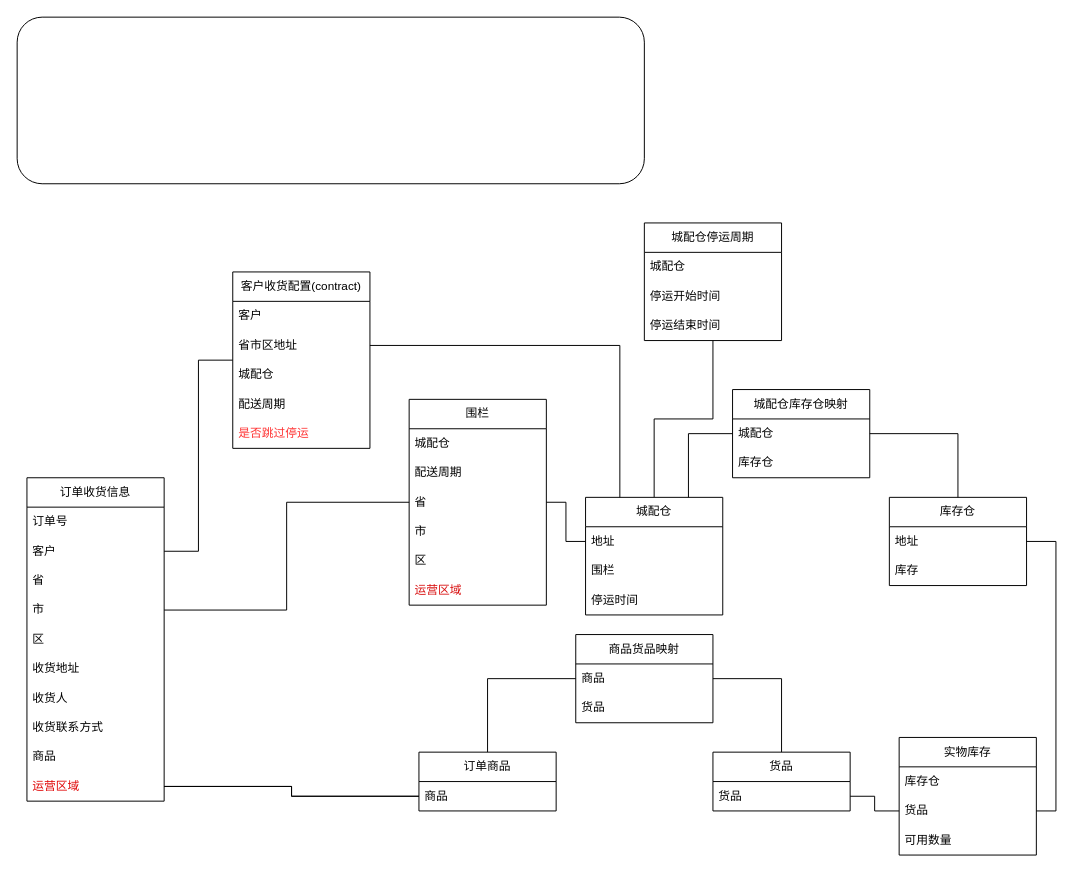
Earlier version of the draw.io diagram draw.io/履约调度逻辑.drawio (zzqfsy/zzqfsy.github.io). Source tidied: cells renumbered, new cells numbered last; positions are measured from the earlier drawing's top-left corner, leaving out a move shared by most shapes. Both pictures are drawn from the tidied source at 98%, with x=0, y=0 at pixel (17, 17).
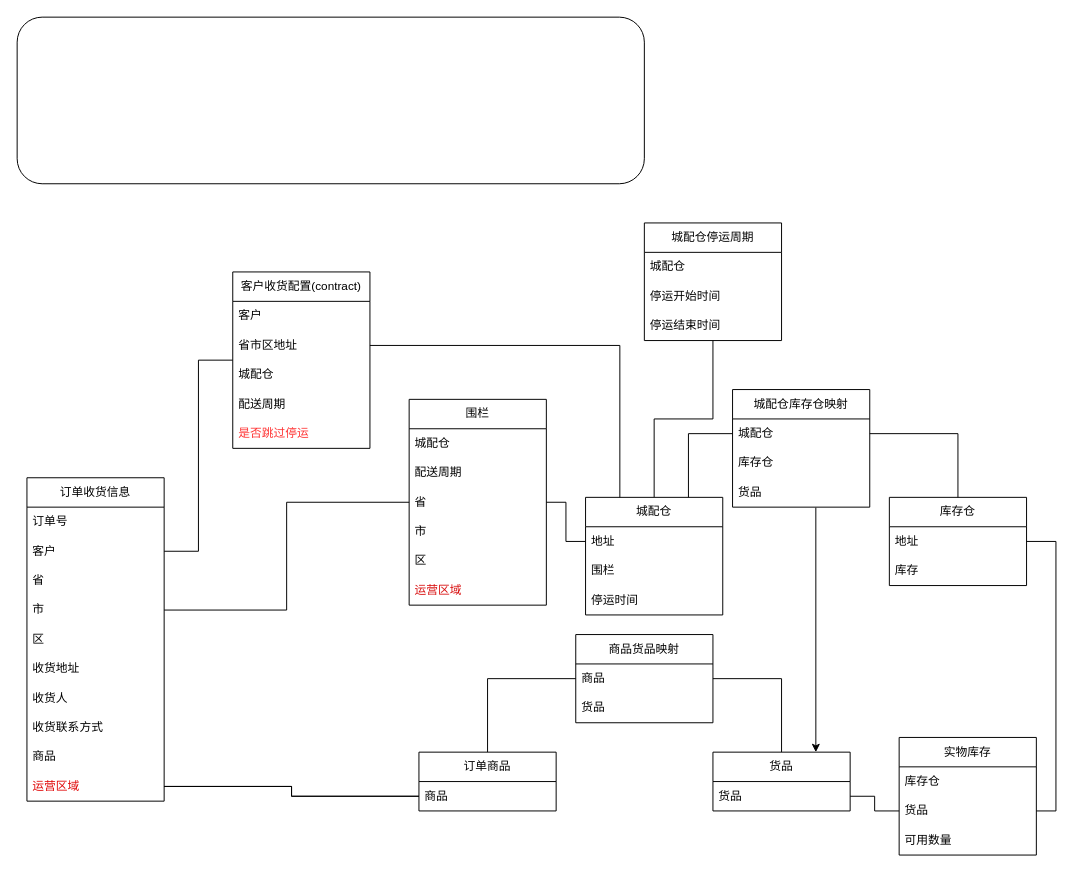
Above is the later version.

Commit message:
更新履约调度逻辑.drawio

Unchanged cells that the change refers to:
```xml
<mxCell id="49" value="货品" style="swimlane;fontStyle=0;horizontal=1;startSize=30;whiteSpace=wrap;html=1;" parent="1" vertex="1">
  <mxGeometry x="710" y="750" width="140" height="60" as="geometry" />
</mxCell>
```

What changed in the source:
```diff
@@
     <mxCell id="32" value="城配仓库存仓映射" style="swimlane;fontStyle=0;horizontal=1;startSize=30;whiteSpace=wrap;html=1;" parent="1" vertex="1">
-      <mxGeometry x="730" y="380" width="140" height="90" as="geometry" />
+      <mxGeometry x="730" y="380" width="140" height="120" as="geometry" />
     </mxCell>
@@
+    <mxCell id="65" value="库存仓" style="text;strokeColor=none;fillColor=none;align=left;verticalAlign=middle;spacingLeft=4;spacingRight=4;overflow=hidden;whiteSpace=wrap;html=1;" parent="32" vertex="1">
+      <mxGeometry y="60" width="140" height="30" as="geometry" />
+    </mxCell>
-    <mxCell id="34" value="库存仓" style="text;strokeColor=none;fillColor=none;align=left;verticalAlign=middle;spacingLeft=4;spacingRight=4;overflow=hidden;points=[[0,0.5],[1,0.5]];portConstraint=eastwest;whiteSpace=wrap;html=1;" parent="32" vertex="1">
-      <mxGeometry y="60" width="140" height="30" as="geometry" />
+    <mxCell id="34" value="货品" style="text;strokeColor=none;fillColor=none;align=left;verticalAlign=middle;spacingLeft=4;spacingRight=4;overflow=hidden;points=[[0,0.5],[1,0.5]];portConstraint=eastwest;whiteSpace=wrap;html=1;" parent="32" vertex="1">
+      <mxGeometry y="90" width="140" height="30" as="geometry" />
     </mxCell>
@@
+    <mxCell id="66" style="edgeStyle=orthogonalEdgeStyle;rounded=0;jettySize=auto;html=1;exitX=0.607;exitY=1.017;exitDx=0;exitDy=0;entryX=0.75;entryY=0;entryDx=0;entryDy=0;exitPerimeter=0;" parent="1" edge="1" source="34" target="49">
+      <mxGeometry relative="1" as="geometry" />
+    </mxCell>
```
